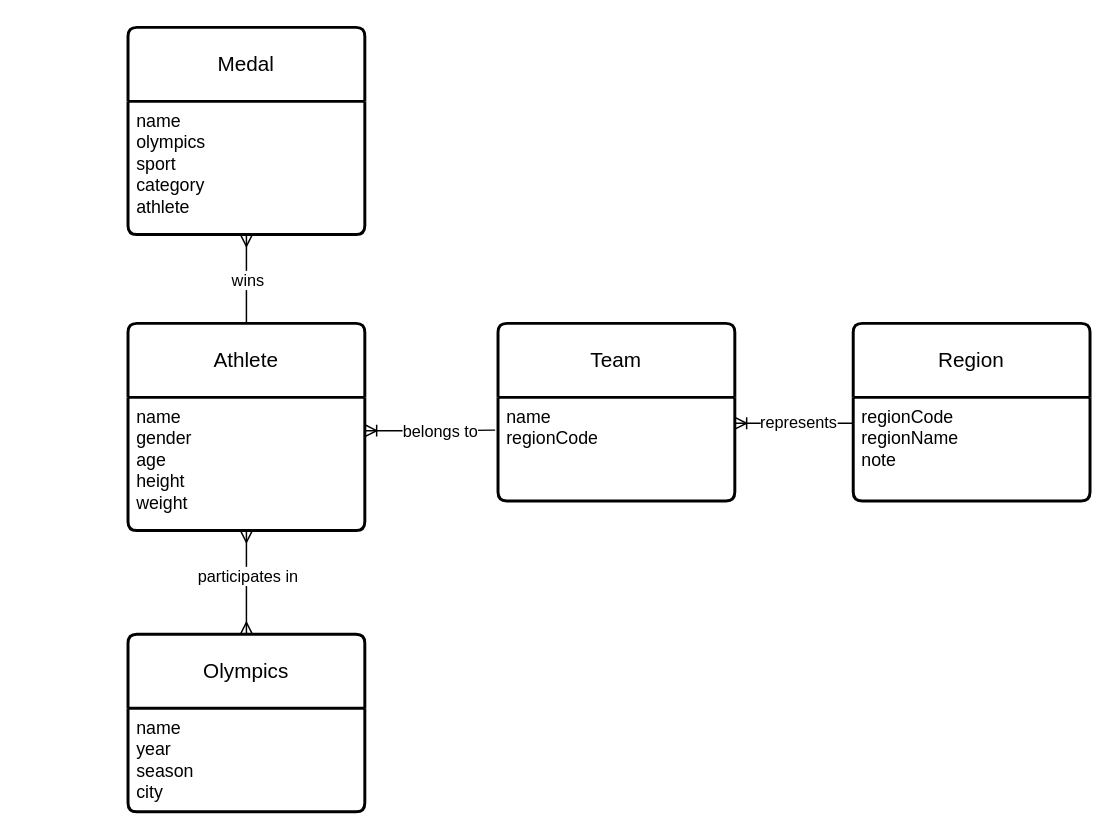
Before: olympics_entity_relation_diagram.drawio in maciej-polcyn/ms-sql-olympics-database-project, a draw.io diagram. Source tidied: cells renumbered, new cells numbered last; positions are measured from the earlier drawing's top-left corner, leaving out a move shared by most shapes. Both pictures are drawn from the tidied source at 148%, with x=0, y=0 at pixel (127, 27).
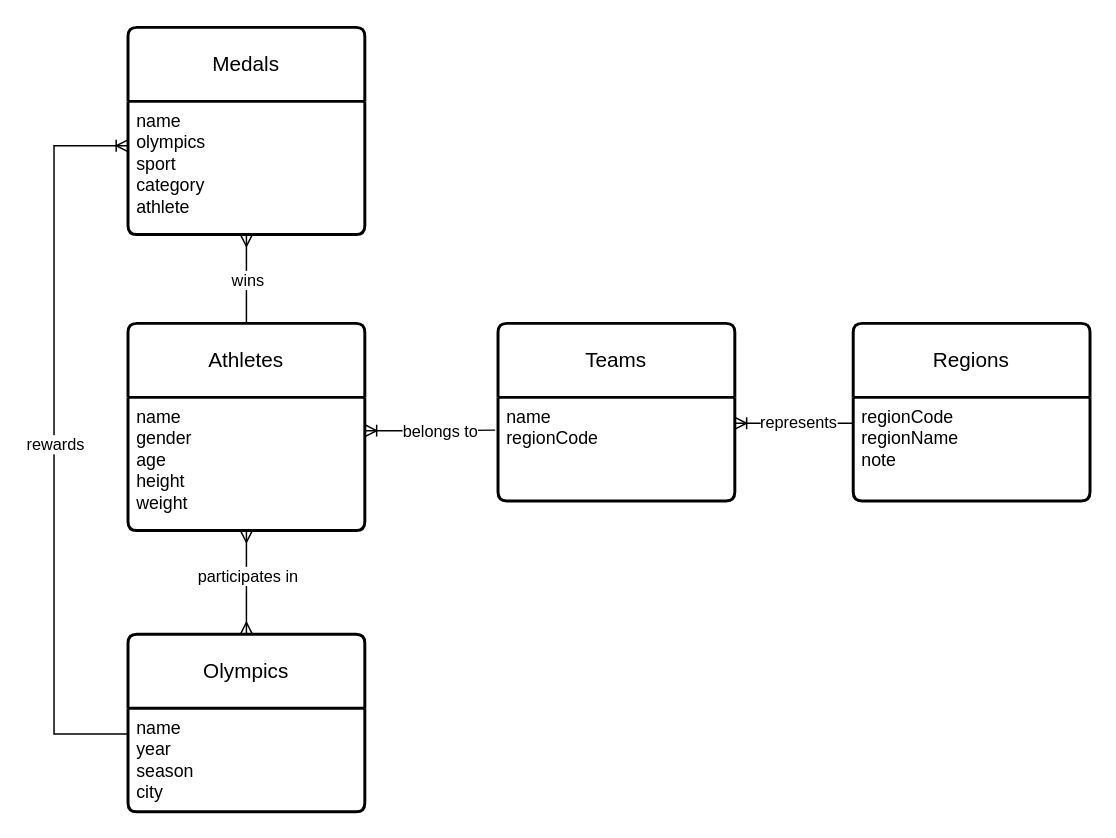
The same diagram, later.

Commit message:
Entity relations

The change refers to these unchanged cells:
```xml
<mxCell id="11" value="name&lt;br&gt;year&lt;br&gt;season&lt;br&gt;city" style="align=left;strokeColor=none;fillColor=none;spacingLeft=4;fontSize=12;verticalAlign=top;html=1;" parent="10" vertex="1">
  <mxGeometry y="50" width="160" height="70" as="geometry" />
</mxCell>
```

What changed in the source:
```diff
@@
-    <mxCell id="2" value="Athlete" style="swimlane;horizontal=1;startSize=50;rounded=1;fontSize=14;fontStyle=0;strokeWidth=2;shadow=0;dashed=0;align=center;arcSize=4;whiteSpace=wrap;html=1;" parent="1" vertex="1">
+    <mxCell id="2" value="Athletes" style="swimlane;horizontal=1;startSize=50;rounded=1;fontSize=14;fontStyle=0;strokeWidth=2;shadow=0;dashed=0;align=center;arcSize=4;whiteSpace=wrap;html=1;" parent="1" vertex="1">
       <mxGeometry y="200" width="160" height="140" as="geometry" />
     </mxCell>
@@
-    <mxCell id="4" value="Region" style="swimlane;horizontal=1;startSize=50;rounded=1;fontSize=14;fontStyle=0;strokeWidth=2;shadow=0;dashed=0;align=center;arcSize=4;whiteSpace=wrap;html=1;" parent="1" vertex="1">
+    <mxCell id="4" value="Regions" style="swimlane;horizontal=1;startSize=50;rounded=1;fontSize=14;fontStyle=0;strokeWidth=2;shadow=0;dashed=0;align=center;arcSize=4;whiteSpace=wrap;html=1;" parent="1" vertex="1">
       <mxGeometry x="490" y="200" width="160" height="120" as="geometry" />
     </mxCell>
@@
-    <mxCell id="6" value="Team" style="swimlane;horizontal=1;startSize=50;rounded=1;fontSize=14;fontStyle=0;strokeWidth=2;shadow=0;dashed=0;align=center;arcSize=4;whiteSpace=wrap;html=1;" parent="1" vertex="1">
+    <mxCell id="6" value="Teams" style="swimlane;horizontal=1;startSize=50;rounded=1;fontSize=14;fontStyle=0;strokeWidth=2;shadow=0;dashed=0;align=center;arcSize=4;whiteSpace=wrap;html=1;" parent="1" vertex="1">
       <mxGeometry x="250" y="200" width="160" height="120" as="geometry" />
     </mxCell>
@@
-    <mxCell id="8" value="Medal" style="swimlane;horizontal=1;startSize=50;rounded=1;fontSize=14;fontStyle=0;strokeWidth=2;shadow=0;dashed=0;align=center;arcSize=4;whiteSpace=wrap;html=1;" parent="1" vertex="1">
+    <mxCell id="8" value="Medals" style="swimlane;horizontal=1;startSize=50;rounded=1;fontSize=14;fontStyle=0;strokeWidth=2;shadow=0;dashed=0;align=center;arcSize=4;whiteSpace=wrap;html=1;" parent="1" vertex="1">
       <mxGeometry width="160" height="140" as="geometry" />
     </mxCell>
@@
+    <mxCell id="20" style="edgeStyle=orthogonalEdgeStyle;fontSize=12;html=1;endArrow=ERoneToMany;rounded=0;exitX=0;exitY=0.25;exitDx=0;exitDy=0;" parent="1" edge="1" source="11">
+      <mxGeometry relative="1" as="geometry">
+        <mxPoint y="80" as="targetPoint" />
+        <Array as="points">
+          <mxPoint x="-50" y="478" />
+          <mxPoint x="-50" y="80" />
+        </Array>
+      </mxGeometry>
+    </mxCell>
+    <mxCell id="21" value="rewards" style="edgeLabel;html=1;align=center;verticalAlign=middle;" parent="20" vertex="1">
+      <mxGeometry x="0.58" y="-1" relative="1" as="geometry">
+        <mxPoint x="-1" y="147" as="offset" />
+      </mxGeometry>
+    </mxCell>
```
